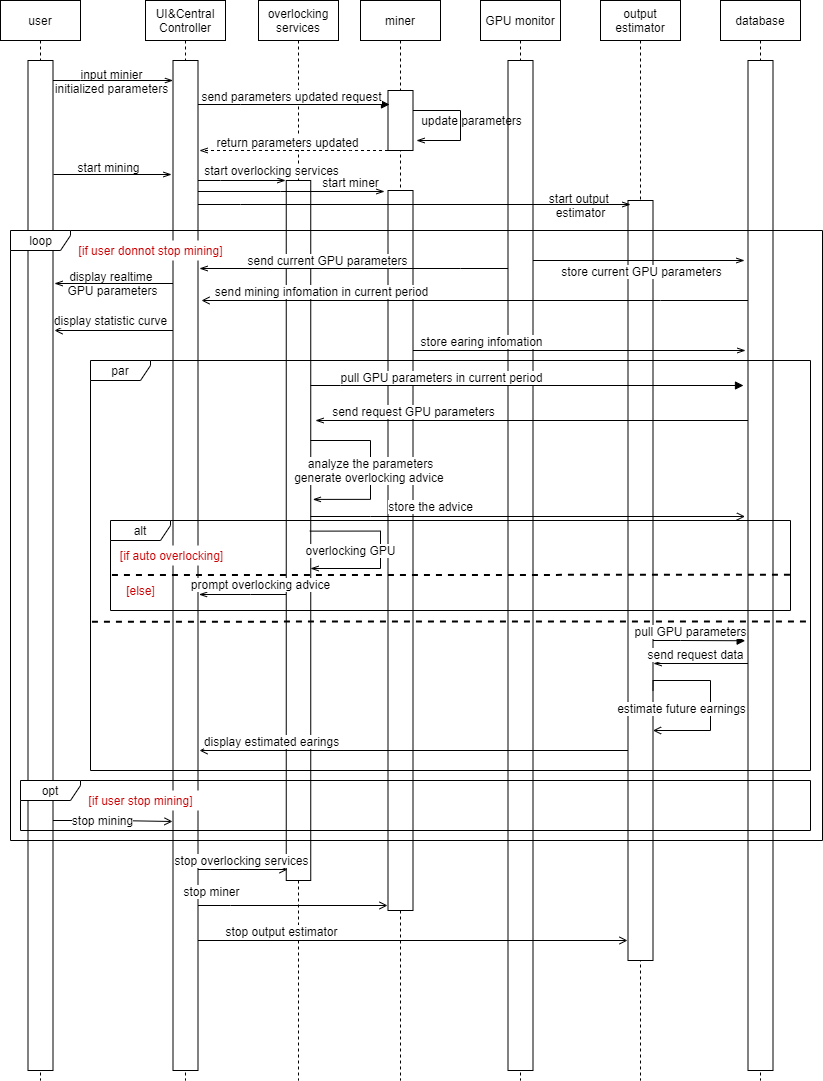
This is Documentation/Proposal/Diagrams/sequentialDiagram.png from UndertakerW/MinersCoffee, a draw.io export, as it was before one commit. Source tidied: cells renumbered, new cells last; positions are measured from the earlier drawing's top-left corner, leaving out a move shared by most shapes.
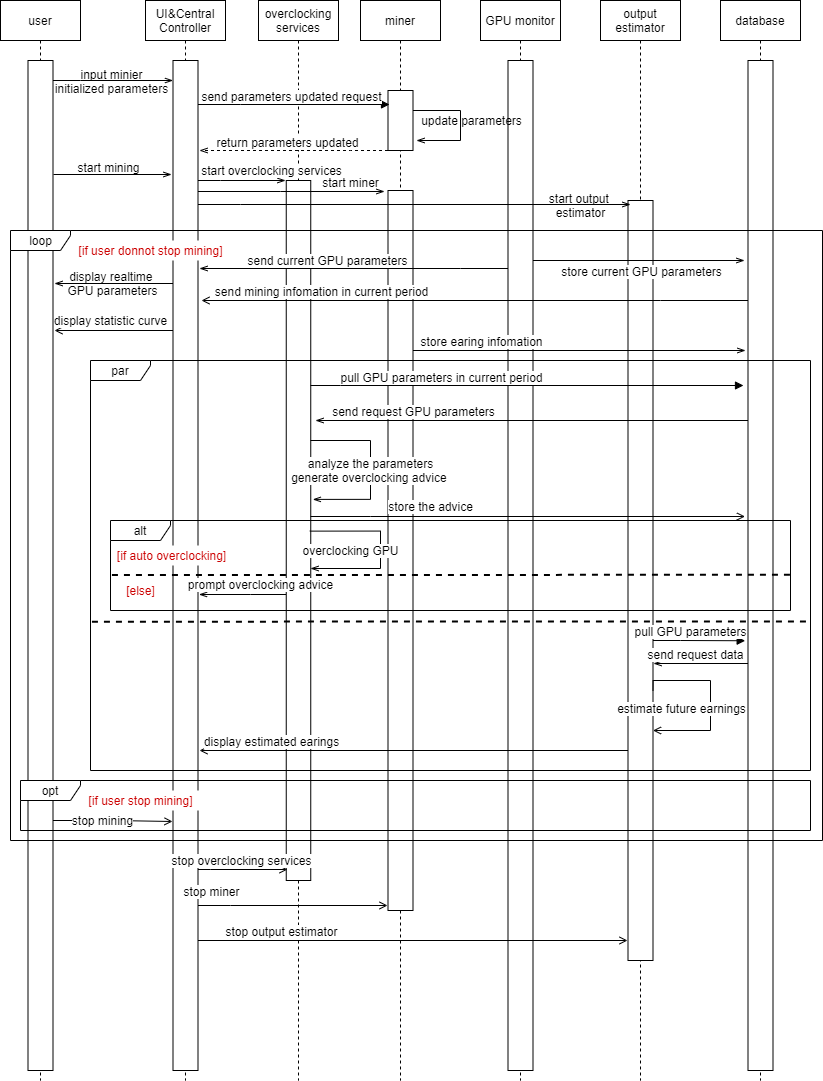
The same diagram one commit later.

Commit message:
modify sequential diagram

fix typo: overlocking to overclocking

Change to the diagram source:
```diff
@@ -14,7 +14,7 @@
     <mxCell id="5" style="html=1;points=[];perimeter=orthogonalPerimeter;" parent="4" vertex="1">
       <mxGeometry x="27.5" y="60" width="25" height="1010" as="geometry" />
     </mxCell>
-    <mxCell id="6" value="overlocking services" style="shape=umlLifeline;perimeter=lifelinePerimeter;whiteSpace=wrap;html=1;" parent="1" vertex="1">
+    <mxCell id="6" value="overclocking services" style="shape=umlLifeline;perimeter=lifelinePerimeter;whiteSpace=wrap;html=1;" parent="1" vertex="1">
       <mxGeometry x="258" width="80" height="1080" as="geometry" />
     </mxCell>
     <mxCell id="7" style="html=1;perimeter=orthogonalPerimeter;" parent="6" vertex="1">
@@ -149,7 +149,7 @@
         </Array>
       </mxGeometry>
     </mxCell>
-    <mxCell id="30" value="start overlocking services" style="edgeLabel;html=1;align=center;verticalAlign=middle;fontSize=12;labelBackgroundColor=#ffffff;" parent="29" vertex="1">
+    <mxCell id="30" value="start overclocking services" style="edgeLabel;html=1;align=center;verticalAlign=middle;fontSize=12;labelBackgroundColor=#ffffff;" parent="29" vertex="1">
       <mxGeometry x="-0.2" relative="1" as="geometry">
         <mxPoint x="38.5" y="-11" as="offset" />
       </mxGeometry>
@@ -183,7 +183,7 @@
         <mxPoint x="-68.2" y="-11" as="offset" />
       </mxGeometry>
     </mxCell>
-    <mxCell id="35" value="prompt overlocking advice" style="edgeStyle=orthogonalEdgeStyle;rounded=0;orthogonalLoop=1;jettySize=auto;html=1;entryX=1.041;entryY=0.63;entryDx=0;entryDy=0;entryPerimeter=0;endArrow=openThin;endFill=0;fontSize=12;" parent="1" edge="1">
+    <mxCell id="35" value="prompt overclocking advice" style="edgeStyle=orthogonalEdgeStyle;rounded=0;orthogonalLoop=1;jettySize=auto;html=1;entryX=1.041;entryY=0.63;entryDx=0;entryDy=0;entryPerimeter=0;endArrow=openThin;endFill=0;fontSize=12;" parent="1" edge="1">
       <mxGeometry x="-0.41" y="-10" relative="1" as="geometry">
         <mxPoint x="285.5" y="594" as="sourcePoint" />
         <mxPoint x="198.5" y="594" as="targetPoint" />
@@ -263,7 +263,7 @@
         <mxPoint x="-38" y="-10.2" as="offset" />
       </mxGeometry>
     </mxCell>
-    <mxCell id="46" value="analyze the parameters&lt;br&gt;generate overlocking advice&amp;nbsp;" style="edgeStyle=orthogonalEdgeStyle;rounded=0;orthogonalLoop=1;jettySize=auto;html=1;endArrow=openThin;endFill=0;fontSize=12;entryX=1.095;entryY=0.362;entryDx=0;entryDy=0;entryPerimeter=0;" parent="1" edge="1">
+    <mxCell id="46" value="analyze the parameters&lt;br&gt;generate overclocking advice&amp;nbsp;" style="edgeStyle=orthogonalEdgeStyle;rounded=0;orthogonalLoop=1;jettySize=auto;html=1;endArrow=openThin;endFill=0;fontSize=12;entryX=1.095;entryY=0.362;entryDx=0;entryDy=0;entryPerimeter=0;" parent="1" edge="1">
       <mxGeometry x="0.02" relative="1" as="geometry">
         <mxPoint x="310" y="440" as="sourcePoint" />
         <mxPoint x="312.3" y="498.9" as="targetPoint" />
@@ -288,7 +288,7 @@
         <mxPoint x="81.1" y="-11" as="offset" />
       </mxGeometry>
     </mxCell>
-    <mxCell id="49" value="overlocking GPU" style="edgeStyle=orthogonalEdgeStyle;rounded=0;orthogonalLoop=1;jettySize=auto;html=1;endArrow=openThin;endFill=0;fontSize=12;exitX=0.972;exitY=0.417;exitDx=0;exitDy=0;exitPerimeter=0;" parent="1" edge="1">
+    <mxCell id="49" value="overclocking GPU" style="edgeStyle=orthogonalEdgeStyle;rounded=0;orthogonalLoop=1;jettySize=auto;html=1;endArrow=openThin;endFill=0;fontSize=12;exitX=0.972;exitY=0.417;exitDx=0;exitDy=0;exitPerimeter=0;" parent="1" edge="1">
       <mxGeometry x="0.55" y="-18" relative="1" as="geometry">
         <mxPoint x="309.3" y="530.6" as="sourcePoint" />
         <mxPoint x="310" y="568" as="targetPoint" />
@@ -381,7 +381,7 @@
         <mxPoint x="47.5" y="10" as="offset" />
       </mxGeometry>
     </mxCell>
-    <mxCell id="62" value="stop overlocking services" style="edgeStyle=orthogonalEdgeStyle;rounded=0;orthogonalLoop=1;jettySize=auto;html=1;endArrow=open;endFill=0;fontSize=12;" parent="1" edge="1">
+    <mxCell id="62" value="stop overclocking services" style="edgeStyle=orthogonalEdgeStyle;rounded=0;orthogonalLoop=1;jettySize=auto;html=1;endArrow=open;endFill=0;fontSize=12;" parent="1" edge="1">
       <mxGeometry x="-0.05" y="9" relative="1" as="geometry">
         <mxPoint x="197.5" y="869" as="sourcePoint" />
         <mxPoint x="287" y="869" as="targetPoint" />
@@ -402,7 +402,7 @@
         <mxPoint x="111.4" y="574.6" as="sourcePoint" />
       </mxGeometry>
     </mxCell>
-    <mxCell id="65" value="&lt;font style=&quot;font-size: 11px&quot; color=&quot;#cc0000&quot;&gt;[if auto overlocking]&lt;/font&gt;" style="text;html=1;align=center;verticalAlign=middle;fontSize=12;fillColor=#ffffff;" parent="1" vertex="1">
+    <mxCell id="65" value="&lt;font style=&quot;font-size: 11px&quot; color=&quot;#cc0000&quot;&gt;[if auto overclocking]&lt;/font&gt;" style="text;html=1;align=center;verticalAlign=middle;fontSize=12;fillColor=#ffffff;" parent="1" vertex="1">
       <mxGeometry x="111" y="545" width="120" height="20" as="geometry" />
     </mxCell>
     <mxCell id="66" value="&lt;font style=&quot;font-size: 11px&quot; color=&quot;#cc0000&quot;&gt;[else]&lt;/font&gt;" style="text;html=1;align=center;verticalAlign=middle;fontSize=12;fillColor=#ffffff;" parent="1" vertex="1">
```
